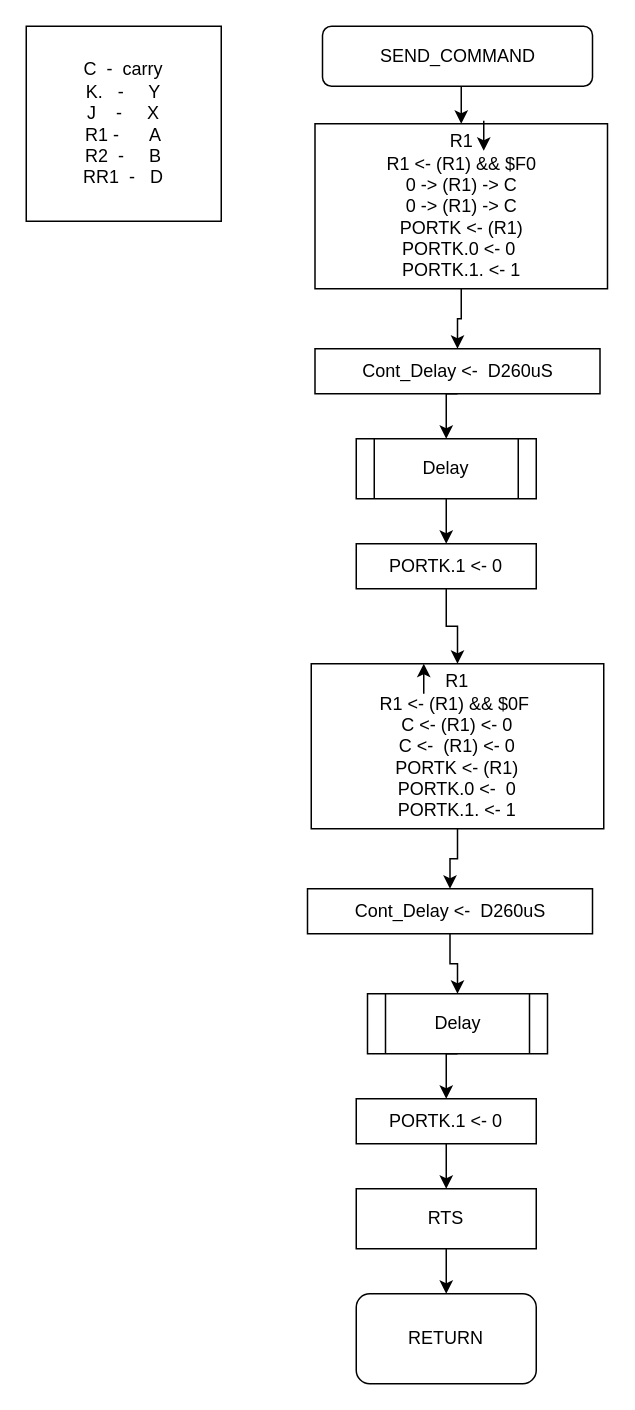
Before: 8_runmeter623/diagrams/4_send_command.drawio in brown9804/Dragon12_MC9S12DP256, a draw.io diagram. Source tidied: cells renumbered, new cells numbered last; positions are measured from the earlier drawing's top-left corner, leaving out a move shared by most shapes. Both pictures are drawn from the tidied source at 150%, with x=0, y=0 at pixel (26, 26).
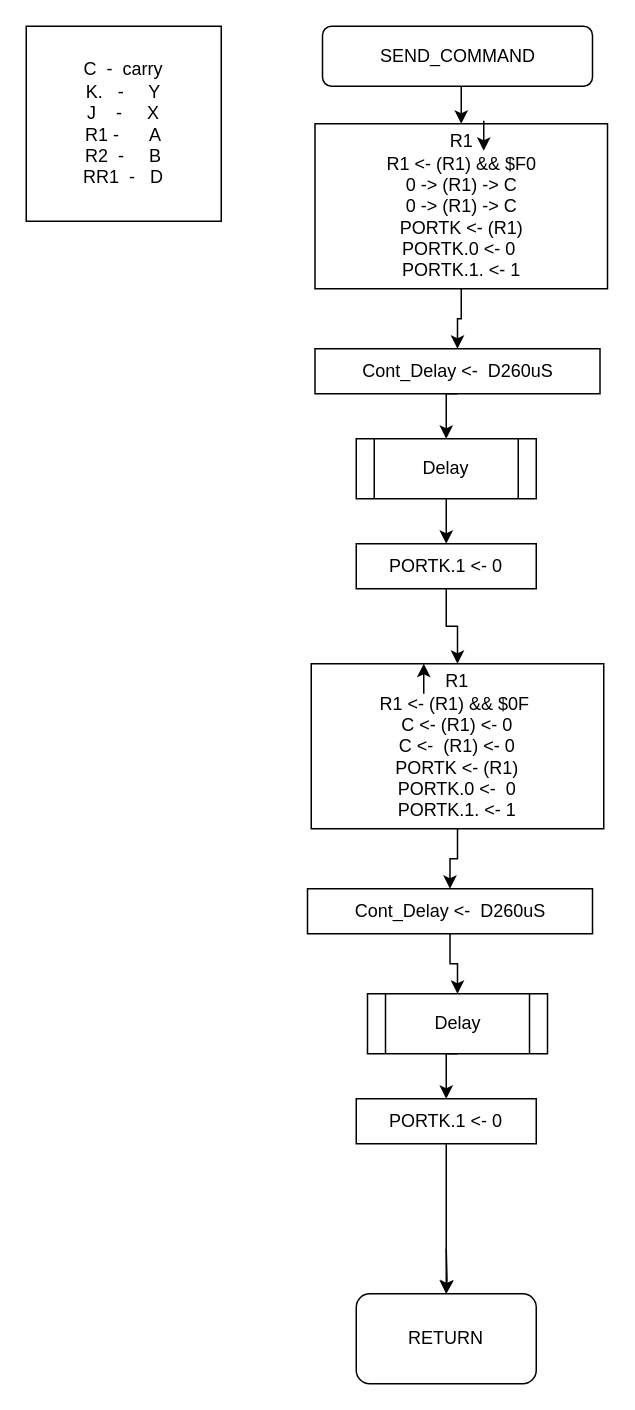
The same page after the edit.

Commit message:
final -> send_command ✅

The change refers to these unchanged cells:
```xml
<mxCell id="22" value="PORTK.1 &amp;lt;- 0" style="rounded=0;whiteSpace=wrap;html=1;" parent="1" vertex="1">
  <mxGeometry x="220" y="715" width="120" height="30" as="geometry" />
</mxCell>
<mxCell id="23" value="RETURN" style="rounded=1;whiteSpace=wrap;html=1;" parent="1" vertex="1">
  <mxGeometry x="220" y="845" width="120" height="60" as="geometry" />
</mxCell>
```

Change to the diagram source:
```diff
@@
-    <mxCell id="21" style="edgeStyle=orthogonalEdgeStyle;rounded=0;jettySize=auto;html=1;exitX=0.5;exitY=1;exitDx=0;exitDy=0;" parent="1" edge="1" source="22" target="25">
-      <mxGeometry relative="1" as="geometry" />
-    </mxCell>
+    <mxCell id="27" style="edgeStyle=orthogonalEdgeStyle;rounded=0;jettySize=auto;html=1;exitX=0.5;exitY=1;exitDx=0;exitDy=0;" parent="1" edge="1" source="22" target="23">
+      <mxGeometry relative="1" as="geometry" />
+    </mxCell>
@@
-    <mxCell id="24" style="edgeStyle=orthogonalEdgeStyle;rounded=0;jettySize=auto;html=1;exitX=0.5;exitY=1;exitDx=0;exitDy=0;" parent="1" edge="1" source="25" target="23">
-      <mxGeometry relative="1" as="geometry" />
+    <mxCell id="24" style="edgeStyle=orthogonalEdgeStyle;rounded=0;jettySize=auto;html=1;exitX=0.5;exitY=1;exitDx=0;exitDy=0;" parent="1" edge="1" target="23">
+      <mxGeometry relative="1" as="geometry">
+        <mxPoint x="280" y="815" as="sourcePoint" />
+      </mxGeometry>
     </mxCell>
-    <mxCell id="25" value="RTS" style="rounded=0;whiteSpace=wrap;html=1;" parent="1" vertex="1">
-      <mxGeometry x="220" y="775" width="120" height="40" as="geometry" />
-    </mxCell>
```
